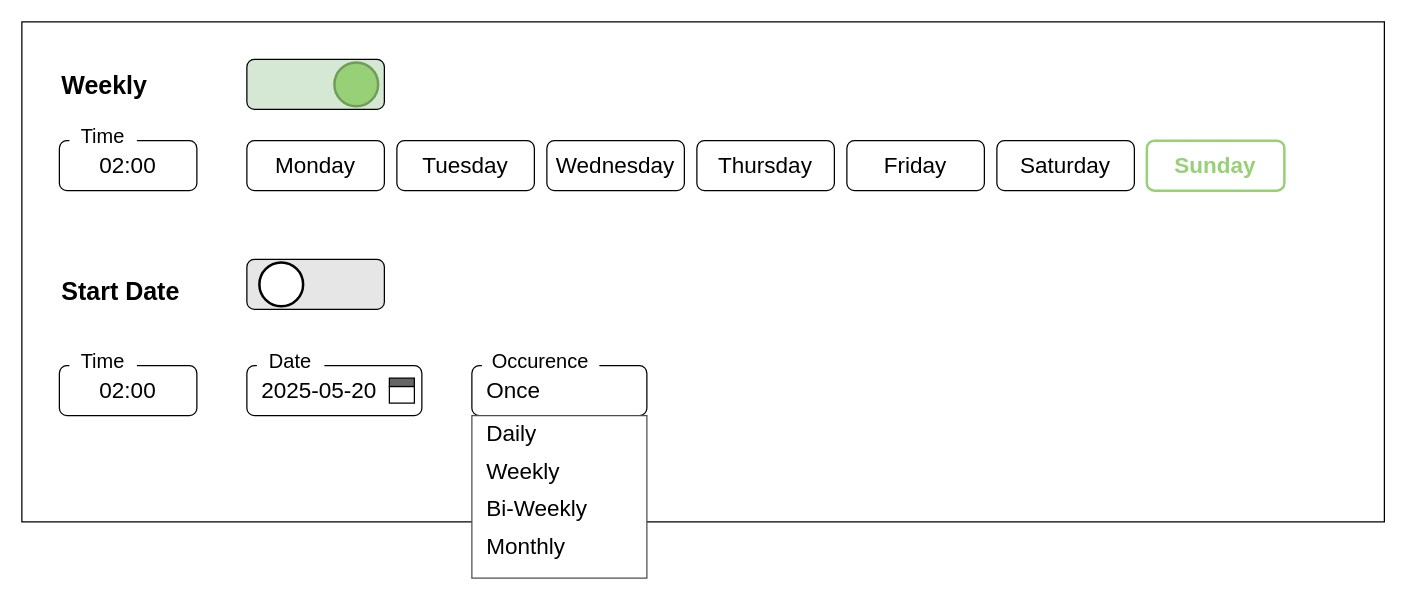
Before: cron.drawio in mathudak/diagrams, a draw.io diagram. Source tidied: cells renumbered, new cells numbered last; positions are measured from the earlier drawing's top-left corner, leaving out a move shared by most shapes. Both pictures are drawn from the tidied source at 125%, with x=0, y=0 at pixel (21, 21).
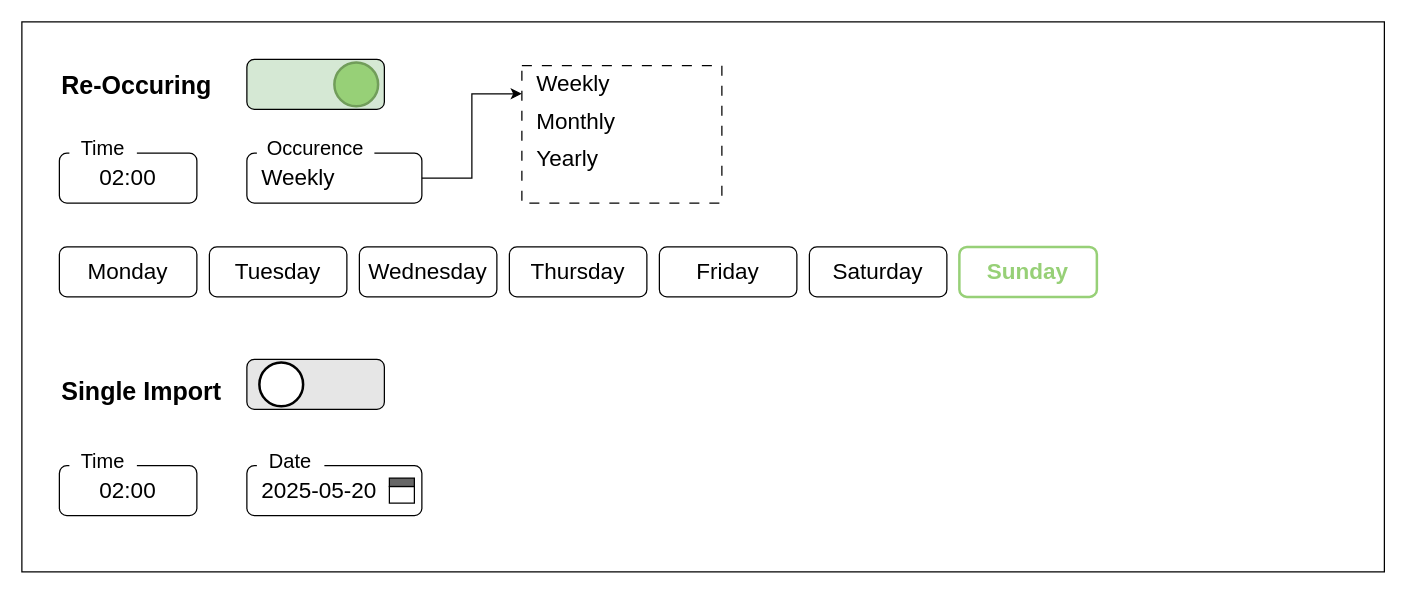
The same diagram, later.

Change to the diagram source:
```diff
@@
     <mxCell id="2" style="whiteSpace=wrap;html=1;" parent="1" vertex="1">
-      <mxGeometry width="1090" height="400" as="geometry" />
+      <mxGeometry width="1090" height="440" as="geometry" />
     </mxCell>
-    <mxCell id="3" value="&lt;font&gt;&lt;b&gt;Weekly&lt;/b&gt;&lt;/font&gt;" style="text;html=1;align=left;verticalAlign=middle;whiteSpace=wrap;rounded=0;fontSize=20;" parent="1" vertex="1">
-      <mxGeometry x="30" y="35" width="80" height="30" as="geometry" />
+    <mxCell id="3" value="&lt;b&gt;Re-Occuring&lt;/b&gt;" style="text;html=1;align=left;verticalAlign=middle;whiteSpace=wrap;rounded=0;fontSize=20;" parent="1" vertex="1">
+      <mxGeometry x="30" y="35" width="150" height="30" as="geometry" />
     </mxCell>
     <mxCell id="4" value="&lt;font&gt;Monday&lt;/font&gt;" style="rounded=1;whiteSpace=wrap;html=1;fontSize=18;" parent="1" vertex="1">
-      <mxGeometry x="180" y="95" width="110" height="40" as="geometry" />
+      <mxGeometry x="30" y="180" width="110" height="40" as="geometry" />
     </mxCell>
     <mxCell id="5" value="&lt;div&gt;Tuesday&lt;/div&gt;" style="rounded=1;whiteSpace=wrap;html=1;fontSize=18;" parent="1" vertex="1">
-      <mxGeometry x="300" y="95" width="110" height="40" as="geometry" />
+      <mxGeometry x="150" y="180" width="110" height="40" as="geometry" />
     </mxCell>
     <mxCell id="6" value="Wednesday" style="rounded=1;whiteSpace=wrap;html=1;fontSize=18;" parent="1" vertex="1">
-      <mxGeometry x="420" y="95" width="110" height="40" as="geometry" />
+      <mxGeometry x="270" y="180" width="110" height="40" as="geometry" />
     </mxCell>
     <mxCell id="7" value="Thursday" style="rounded=1;whiteSpace=wrap;html=1;fontSize=18;" parent="1" vertex="1">
-      <mxGeometry x="540" y="95" width="110" height="40" as="geometry" />
+      <mxGeometry x="390" y="180" width="110" height="40" as="geometry" />
     </mxCell>
     <mxCell id="8" value="Friday" style="rounded=1;whiteSpace=wrap;html=1;fontSize=18;" parent="1" vertex="1">
-      <mxGeometry x="660" y="95" width="110" height="40" as="geometry" />
+      <mxGeometry x="510" y="180" width="110" height="40" as="geometry" />
     </mxCell>
     <mxCell id="9" value="Saturday" style="rounded=1;whiteSpace=wrap;html=1;fontSize=18;" parent="1" vertex="1">
-      <mxGeometry x="780" y="95" width="110" height="40" as="geometry" />
+      <mxGeometry x="630" y="180" width="110" height="40" as="geometry" />
     </mxCell>
     <mxCell id="10" value="Sunday" style="rounded=1;whiteSpace=wrap;html=1;fontSize=18;fontColor=light-dark(#97D077,#214210);fontStyle=1;strokeColor=#97D077;strokeWidth=2;" parent="1" vertex="1">
-      <mxGeometry x="900" y="95" width="110" height="40" as="geometry" />
+      <mxGeometry x="750" y="180" width="110" height="40" as="geometry" />
     </mxCell>
@@
-    <mxCell id="14" value="&lt;b&gt;Start Date&lt;/b&gt;" style="text;html=1;align=left;verticalAlign=middle;whiteSpace=wrap;rounded=0;fontSize=20;" parent="1" vertex="1">
-      <mxGeometry x="30" y="200" width="120" height="30" as="geometry" />
+    <mxCell id="14" value="&lt;b&gt;Single Import&lt;/b&gt;" style="text;html=1;align=left;verticalAlign=middle;whiteSpace=wrap;rounded=0;fontSize=20;" parent="1" vertex="1">
+      <mxGeometry x="30" y="280" width="150" height="30" as="geometry" />
     </mxCell>
     <mxCell id="15" style="group;" parent="1" vertex="1">
-      <mxGeometry x="180" y="190" width="110" height="40" as="geometry" />
+      <mxGeometry x="180" y="270" width="110" height="40" as="geometry" />
     </mxCell>
@@
     <mxCell id="18" style="group;" parent="1" vertex="1">
-      <mxGeometry x="30" y="75" width="110" height="60" as="geometry" />
+      <mxGeometry x="30" y="85" width="110" height="60" as="geometry" />
     </mxCell>
@@
-    <mxCell id="21" style="group;" parent="1" vertex="1">
-      <mxGeometry x="180" y="255" width="140" height="60" as="geometry" />
-    </mxCell>
-    <mxCell id="22" value="&lt;font style=&quot;font-size: 18px;&quot;&gt;2025-05-20&lt;/font&gt;" style="rounded=1;whiteSpace=wrap;html=1;align=left;spacingLeft=10;" parent="21" vertex="1">
-      <mxGeometry y="20" width="140" height="40" as="geometry" />
-    </mxCell>
-    <mxCell id="23" value="Date" style="text;html=1;align=center;verticalAlign=top;whiteSpace=wrap;rounded=0;fontSize=16;strokeWidth=4;strokeColor=#FFFFFF;" parent="21" vertex="1">
-      <mxGeometry x="10" width="50" height="20" as="geometry" />
-    </mxCell>
-    <mxCell id="24" style="group;" parent="21" vertex="1">
-      <mxGeometry x="114" y="30" width="20" height="20" as="geometry" />
-    </mxCell>
-    <mxCell id="25" style="rounded=0;whiteSpace=wrap;html=1;" parent="24" vertex="1">
-      <mxGeometry y="6.7" width="20" height="13.3" as="geometry" />
-    </mxCell>
-    <mxCell id="26" style="rounded=0;whiteSpace=wrap;html=1;fillColor=#666666;" parent="24" vertex="1">
-      <mxGeometry width="20" height="6.7" as="geometry" />
-    </mxCell>
     <mxCell id="27" style="group;" parent="1" vertex="1">
-      <mxGeometry x="30" y="255" width="110" height="80" as="geometry" />
+      <mxGeometry x="30" y="335" width="110" height="80" as="geometry" />
     </mxCell>
@@
     <mxCell id="30" style="group;fontSize=18;" parent="1" vertex="1">
-      <mxGeometry x="360" y="255" width="140" height="60" as="geometry" />
+      <mxGeometry x="180" y="85" width="140" height="60" as="geometry" />
     </mxCell>
-    <mxCell id="31" value="&lt;font style=&quot;font-size: 18px;&quot;&gt;Once&lt;/font&gt;" style="rounded=1;whiteSpace=wrap;html=1;align=left;spacingLeft=10;" parent="30" vertex="1">
+    <mxCell id="31" value="&lt;font style=&quot;font-size: 18px;&quot;&gt;Weekly&lt;/font&gt;" style="rounded=1;whiteSpace=wrap;html=1;align=left;spacingLeft=10;" parent="30" vertex="1">
       <mxGeometry y="20" width="140" height="40" as="geometry" />
     </mxCell>
@@
-    <mxCell id="33" style="whiteSpace=wrap;html=1;strokeColor=#4D4D4D;rounded=0;" parent="1" vertex="1">
-      <mxGeometry x="360" y="315" width="140" height="130" as="geometry" />
-    </mxCell>
-    <mxCell id="34" value="&lt;div align=&quot;left&quot;&gt;Daily&lt;/div&gt;" style="text;html=1;align=left;verticalAlign=middle;whiteSpace=wrap;rounded=0;fontSize=18;spacingLeft=10;" parent="1" vertex="1">
-      <mxGeometry x="360" y="315" width="140" height="30" as="geometry" />
-    </mxCell>
+    <mxCell id="38" style="whiteSpace=wrap;html=1;dashed=1;dashPattern=8 8;" parent="1" vertex="1">
+      <mxGeometry x="400" y="35" width="160" height="110" as="geometry" />
+    </mxCell>
     <mxCell id="35" value="Weekly" style="text;html=1;align=left;verticalAlign=middle;whiteSpace=wrap;rounded=0;fontSize=18;spacingLeft=10;" parent="1" vertex="1">
-      <mxGeometry x="360" y="345" width="140" height="30" as="geometry" />
+      <mxGeometry x="400" y="35" width="130" height="30" as="geometry" />
     </mxCell>
-    <mxCell id="36" value="Bi-Weekly" style="text;html=1;align=left;verticalAlign=middle;whiteSpace=wrap;rounded=0;fontSize=18;spacingLeft=10;" parent="1" vertex="1">
-      <mxGeometry x="360" y="375" width="140" height="30" as="geometry" />
-    </mxCell>
     <mxCell id="37" value="Monthly" style="text;html=1;align=left;verticalAlign=middle;whiteSpace=wrap;rounded=0;fontSize=18;spacingLeft=10;" parent="1" vertex="1">
-      <mxGeometry x="360" y="405" width="140" height="30" as="geometry" />
+      <mxGeometry x="400" y="65" width="130" height="30" as="geometry" />
     </mxCell>
+    <mxCell id="39" style="edgeStyle=orthogonalEdgeStyle;rounded=0;jettySize=auto;html=1;exitX=1;exitY=0.5;exitDx=0;exitDy=0;entryX=0;entryY=0.75;entryDx=0;entryDy=0;" parent="1" edge="1" source="31" target="35">
+      <mxGeometry relative="1" as="geometry" />
+    </mxCell>
+    <mxCell id="40" value="Yearly" style="text;html=1;align=left;verticalAlign=middle;whiteSpace=wrap;rounded=0;fontSize=18;spacingLeft=10;" parent="1" vertex="1">
+      <mxGeometry x="400" y="95" width="130" height="30" as="geometry" />
+    </mxCell>
+    <mxCell id="22" value="&lt;font style=&quot;font-size: 18px;&quot;&gt;2025-05-20&lt;/font&gt;" style="rounded=1;whiteSpace=wrap;html=1;align=left;spacingLeft=10;" parent="1" vertex="1">
+      <mxGeometry x="180" y="355" width="140" height="40" as="geometry" />
+    </mxCell>
+    <mxCell id="23" value="&lt;span style=&quot;&quot;&gt;Date&lt;/span&gt;" style="text;html=1;align=center;verticalAlign=top;whiteSpace=wrap;rounded=0;fontSize=16;strokeWidth=4;strokeColor=#FFFFFF;labelBackgroundColor=none;labelBorderColor=none;fillColor=default;" parent="1" vertex="1">
+      <mxGeometry x="190" y="335" width="50" height="30" as="geometry" />
+    </mxCell>
+    <mxCell id="24" style="group;" parent="1" vertex="1">
+      <mxGeometry x="294" y="365" width="20" height="20" as="geometry" />
+    </mxCell>
+    <mxCell id="25" style="rounded=0;whiteSpace=wrap;html=1;" parent="24" vertex="1">
+      <mxGeometry y="6.7" width="20" height="13.3" as="geometry" />
+    </mxCell>
+    <mxCell id="26" style="rounded=0;whiteSpace=wrap;html=1;fillColor=#666666;" parent="24" vertex="1">
+      <mxGeometry width="20" height="6.7" as="geometry" />
+    </mxCell>
```
